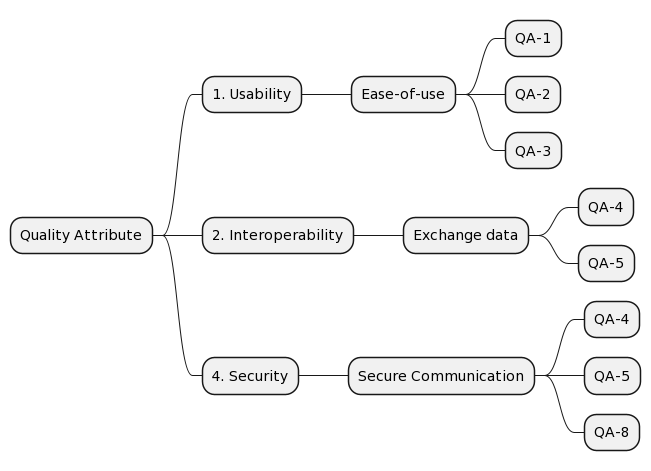
Earlier version of the PlantUML export assets/quality_tree.png (Bruno-Macedo/Soft.Arch).
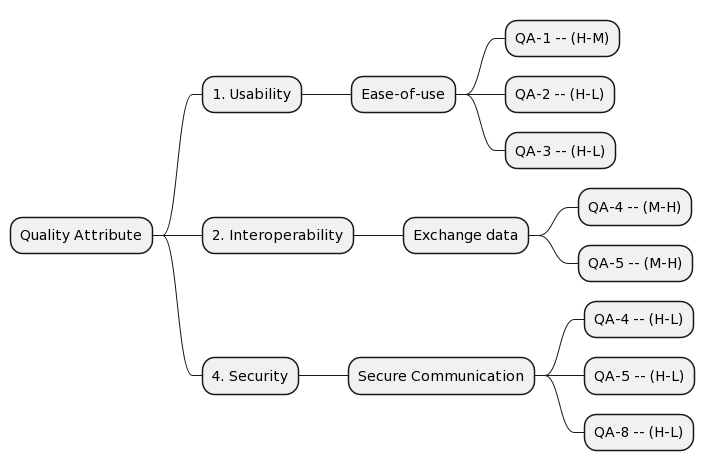
After the commit.

Commit message:
correction of tree

Diff of the diagram source:
```diff
@@ -2,16 +2,16 @@
 * Quality Attribute
 	* 1. Usability
 		* Ease-of-use
-			* QA-1
-			* QA-2
-			* QA-3
+			* QA-1 -- (H-M)
+			* QA-2 -- (H-L)
+			* QA-3 -- (H-L)
 	* 2. Interoperability
 		* Exchange data
-			* QA-4
-			* QA-5
+			* QA-4 -- (M-H)
+			* QA-5 -- (M-H)
 	* 4. Security
 		* Secure Communication
-			* QA-4
-			* QA-5
-			* QA-8
+			* QA-4 -- (H-L)
+			* QA-5 -- (H-L)
+			* QA-8 -- (H-L)
 @endmindmap
```
